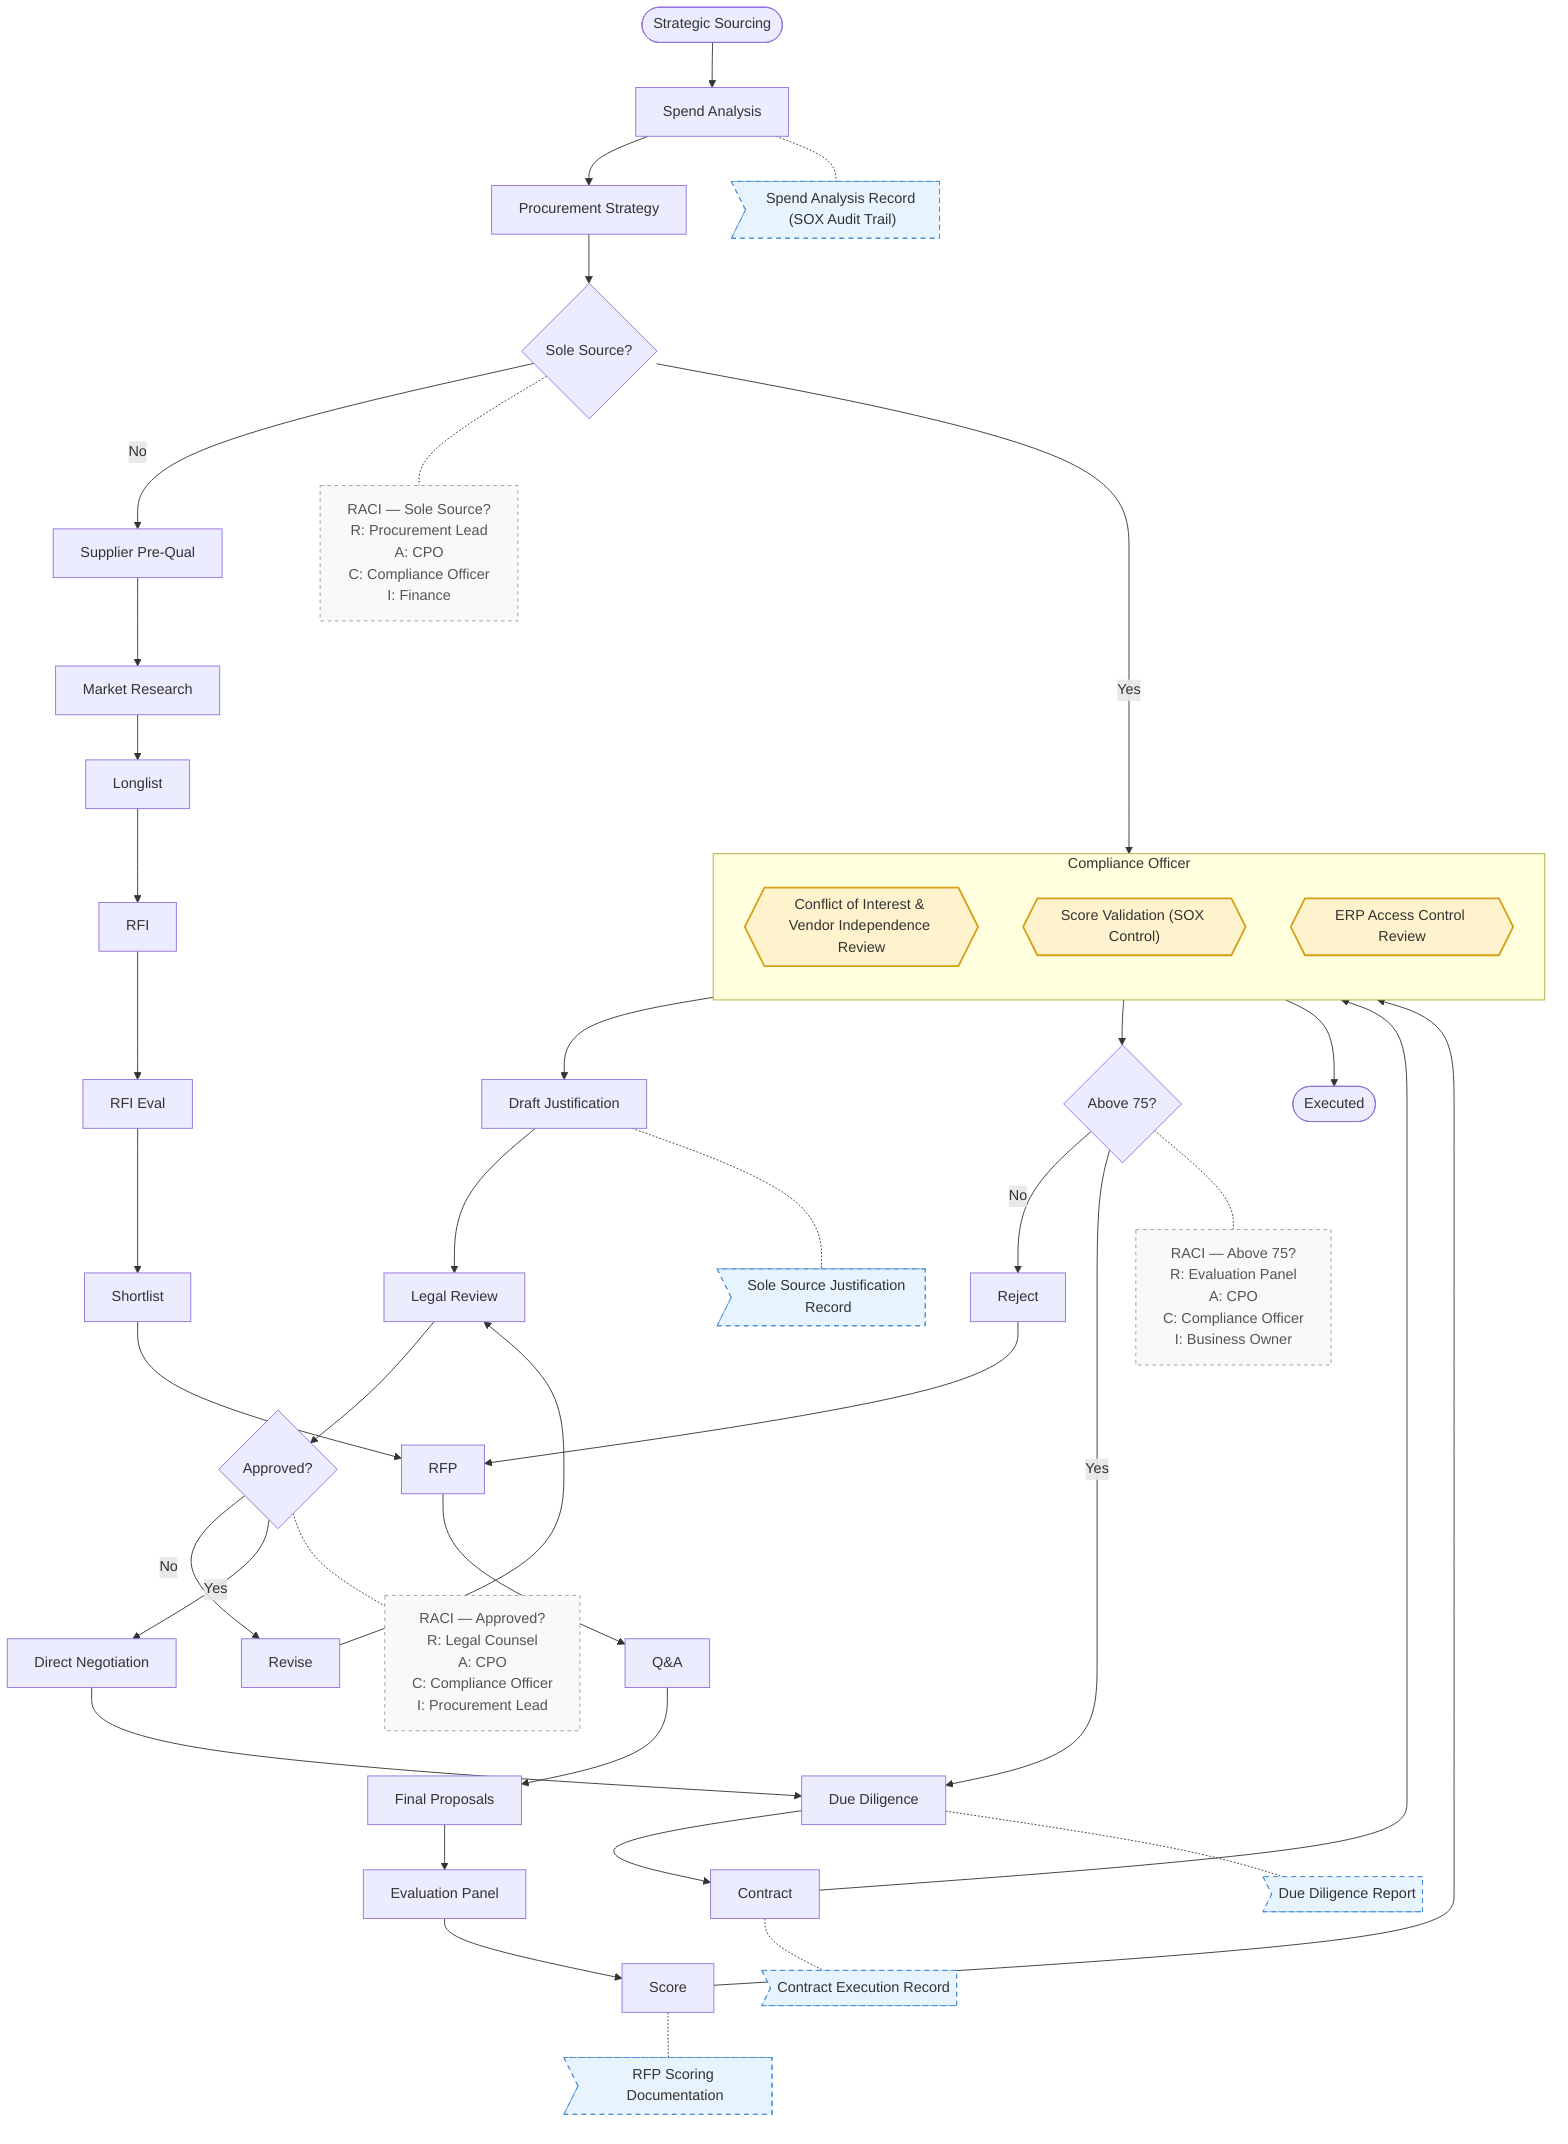
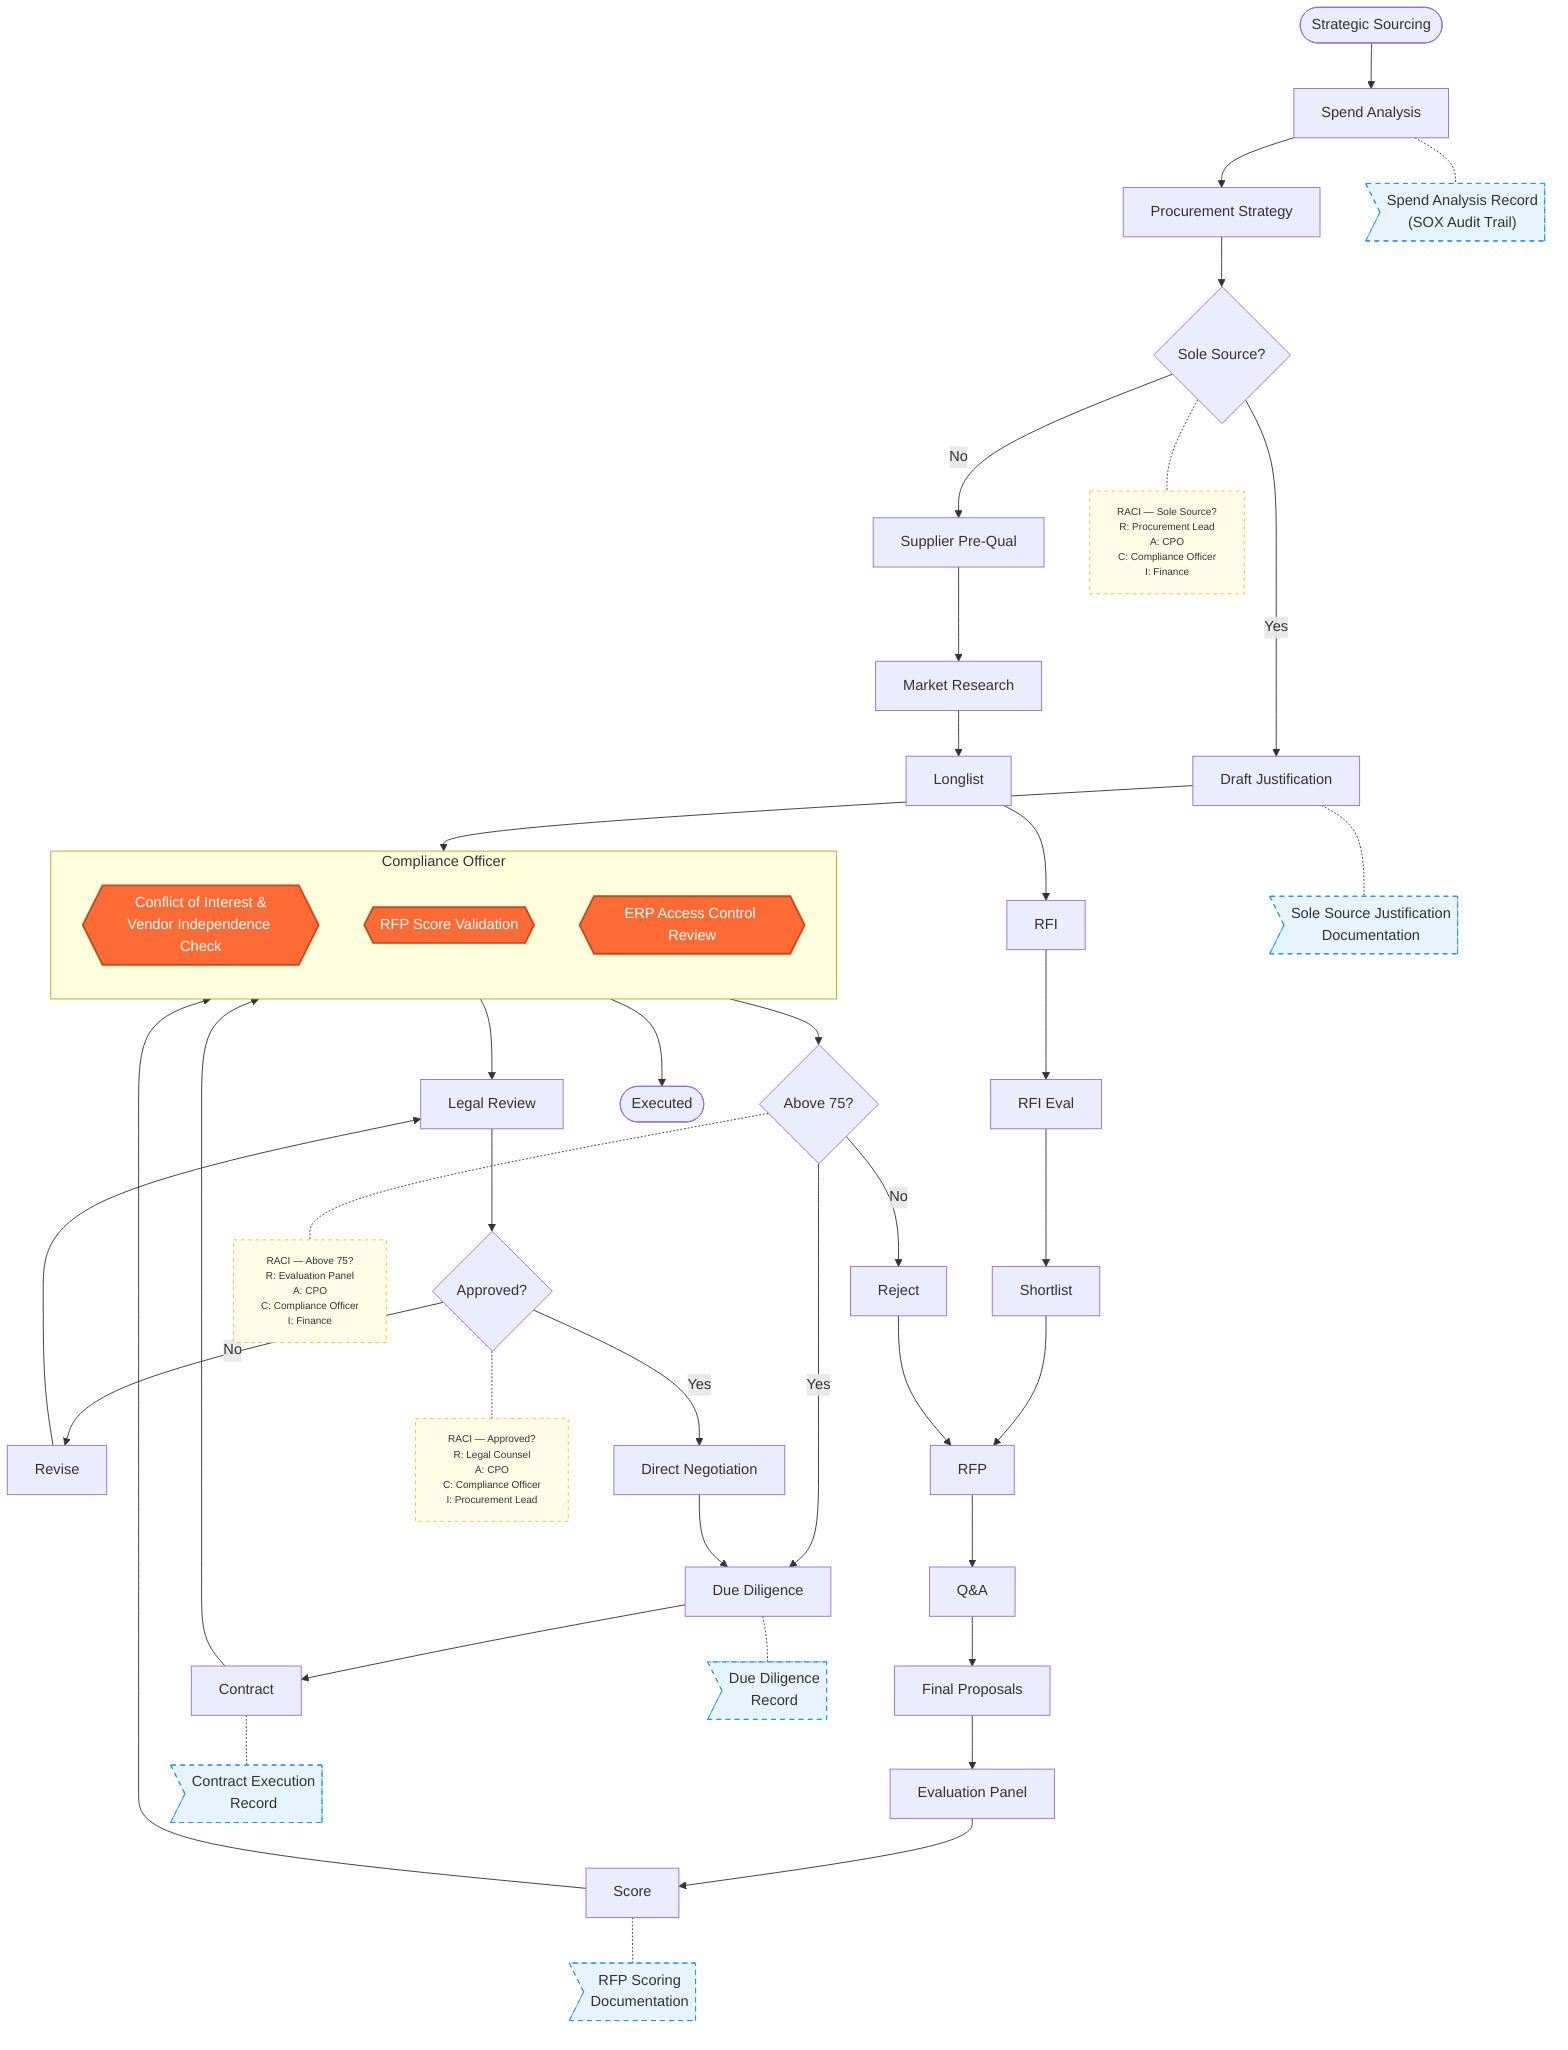
flowchart TD
-     %% ⚡ CHANGED SECTION — Compliance Officer lane with three checkpoints
-     subgraph COMP["Compliance Officer"]
-         direction TB
-         CHK1{{"Conflict of Interest & Vendor Independence Review"}}
-         CHK2{{"Score Validation (SOX Control)"}}
-         CHK3{{"ERP Access Control Review"}}
-     end
+     %% ⚡ CHANGED SECTION — Style definitions
+     classDef checkpoint fill:#ff6b35,stroke:#c74a1a,color:#fff,stroke-width:2px
+     classDef dataobj fill:#e8f4fd,stroke:#2196f3,color:#333,stroke-dasharray:5 5
+     classDef annotation fill:#fffde7,stroke:#fbc02d,color:#333,stroke-dasharray:4 4,font-size:11px

    A([Strategic Sourcing]) --> B[Spend Analysis]
    B --> C[Procurement Strategy]
    C --> D{Sole Source?}

-     %% ⚡ CHANGED SECTION — COI checkpoint before Sole Source justification is accepted
-     D --> |Yes| CHK1
-     CHK1 --> E[Draft Justification]
+     %% ⚡ CHANGED SECTION — COI checkpoint before justification is accepted
+     D --> |Yes| E[Draft Justification]
+     E --> COI_CHK{{"Conflict of Interest &\nVendor Independence Check"}}
+     COI_CHK --> G[Legal Review]

    D --> |No| F[Supplier Pre-Qual]
-     E --> G[Legal Review]
+ 
    G --> H{Approved?}
    H --> |No| I[Revise]
    I --> G
    H --> |Yes| J[Direct Negotiation]
+ 
    F --> K[Market Research]
    K --> L[Longlist]
    L --> M[RFI]
    M --> N[RFI Eval]
    N --> O[Shortlist]
    O --> P[RFP]
    P --> Q[Q&A]
    Q --> R[Final Proposals]
    R --> S[Evaluation Panel]
    S --> T[Score]

    %% ⚡ CHANGED SECTION — Score validation checkpoint before threshold gate
-     T --> CHK2
-     CHK2 --> U{Above 75?}
+     T --> SCORE_CHK{{"RFP Score Validation"}}
+     SCORE_CHK --> U{Above 75?}

    U --> |No| V[Reject]
    U --> |Yes| W[Due Diligence]
    J --> W
    V --> P
    W --> X[Contract]

-     %% ⚡ CHANGED SECTION — ERP access control review after contract, before execution
-     X --> CHK3
-     CHK3 --> Y([Executed])
+     %% ⚡ CHANGED SECTION — Access control review after contract, before ERP setup
+     X --> ERP_CHK{{"ERP Access Control Review"}}
+     ERP_CHK --> Y([Executed])

-     %% ⚡ CHANGED SECTION — Documentation gates (data objects / audit artifacts)
-     DOC_B>"Spend Analysis Record (SOX Audit Trail)"]
-     B -.- DOC_B
+     %% ⚡ CHANGED SECTION — Compliance Officer lane
+     subgraph COMP["Compliance Officer"]
+         direction TB
+         COI_CHK
+         SCORE_CHK
+         ERP_CHK
+     end

-     DOC_E>"Sole Source Justification Record"]
-     E -.- DOC_E
+     %% ⚡ CHANGED SECTION — Documentation gates (data objects as artifacts)
+     DOC_SPEND>"Spend Analysis Record\n(SOX Audit Trail)"]
+     DOC_SOLE>"Sole Source Justification\nDocumentation"]
+     DOC_SCORE>"RFP Scoring\nDocumentation"]
+     DOC_DD>"Due Diligence\nRecord"]
+     DOC_CONTRACT>"Contract Execution\nRecord"]

-     DOC_T>"RFP Scoring Documentation"]
-     T -.- DOC_T
- 
-     DOC_W>"Due Diligence Report"]
-     W -.- DOC_W
- 
-     DOC_X>"Contract Execution Record"]
-     X -.- DOC_X
+     B -.- DOC_SPEND
+     E -.- DOC_SOLE
+     T -.- DOC_SCORE
+     W -.- DOC_DD
+     X -.- DOC_CONTRACT

    %% ⚡ CHANGED SECTION — RACI annotations on major decision points
    RACI_D["RACI — Sole Source?\nR: Procurement Lead\nA: CPO\nC: Compliance Officer\nI: Finance"]
+     RACI_H["RACI — Approved?\nR: Legal Counsel\nA: CPO\nC: Compliance Officer\nI: Procurement Lead"]
+     RACI_U["RACI — Above 75?\nR: Evaluation Panel\nA: CPO\nC: Compliance Officer\nI: Finance"]
+ 
    D -.- RACI_D
- 
-     RACI_H["RACI — Approved?\nR: Legal Counsel\nA: CPO\nC: Compliance Officer\nI: Procurement Lead"]
    H -.- RACI_H
- 
-     RACI_U["RACI — Above 75?\nR: Evaluation Panel\nA: CPO\nC: Compliance Officer\nI: Business Owner"]
    U -.- RACI_U

-     %% ⚡ CHANGED SECTION — Styles
-     classDef checkpoint fill:#fff3cd,stroke:#d4a017,stroke-width:2px,color:#333
-     classDef dataobj fill:#e8f4fd,stroke:#4a90d9,stroke-width:1px,stroke-dasharray:5 5,color:#333
-     classDef annotation fill:#f9f9f9,stroke:#999,stroke-width:1px,stroke-dasharray:4 4,color:#555
- 
-     class CHK1,CHK2,CHK3 checkpoint
-     class DOC_B,DOC_E,DOC_T,DOC_W,DOC_X dataobj
+     %% ⚡ CHANGED SECTION — Apply classes
+     class COI_CHK,SCORE_CHK,ERP_CHK checkpoint
+     class DOC_SPEND,DOC_SOLE,DOC_SCORE,DOC_DD,DOC_CONTRACT dataobj
    class RACI_D,RACI_H,RACI_U annotation

%% EXPLANATION:
- %% Added a Compliance Officer subgraph containing three hexagonal checkpoints: (1) Conflict of Interest & Vendor Independence Review inserted between the Sole Source decision and Draft Justification, (2) Score Validation inserted between Score and the Above 75 threshold gate, and (3) ERP Access Control Review inserted between Contract and Executed. Five documentation artifacts (flag-shaped data objects) were attached via dotted association lines to Spend Analysis, Draft Justification, Score, Due Diligence, and Contract nodes to create an end-to-end audit trail without interrupting sequence flow. RACI annotation nodes were connected via dotted lines to the three major decision gateways (Sole Source, Approved, Above 75). All original paths—sole source, competitive RFP, and reject-resubmit loop—remain intact with their original routing preserved.+ %% Three Compliance Officer checkpoints were added as hexagon nodes inside a dedicated Compliance Officer subgraph (lane): a Conflict of Interest & Vendor Independence Check inserted between Draft Justification and Legal Review on the sole-source path, an RFP Score Validation gate between Score and the Above 75 threshold on the competitive path, and an ERP Access Control Review between Contract and Executed. Five documentation artifacts (flag-shaped data objects with dashed borders) were attached via dotted association lines to Spend Analysis, Draft Justification, Score, Due Diligence, and Contract—none inline in the sequence flow—to create an end-to-end audit trail. RACI annotations were added as styled text nodes connected by dotted lines to the three major decision gateways (Sole Source, Approved, Above 75). All original paths, loops, and routing remain completely unchanged.